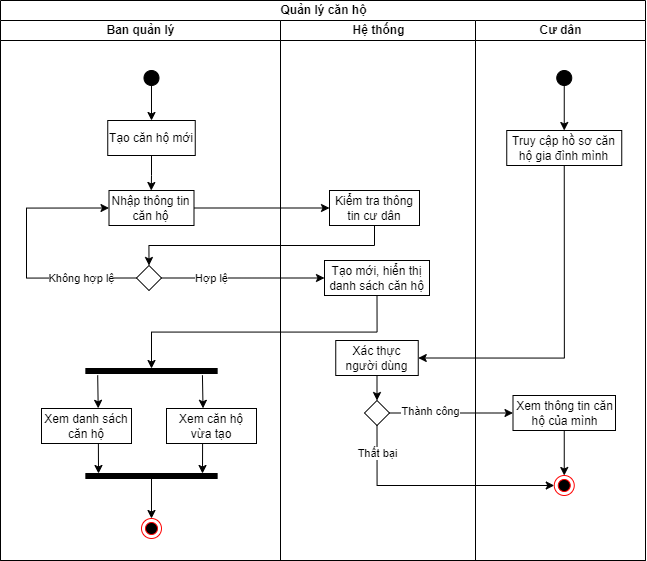
hungbuile04/project-it3120 keeps this draw.io diagram as Activity Diagram/Apartment_activity_diagram.png. Above is the earlier version. Source tidied: cells renumbered, new cells last; positions are measured from the earlier drawing's top-left corner, leaving out a move shared by most shapes.
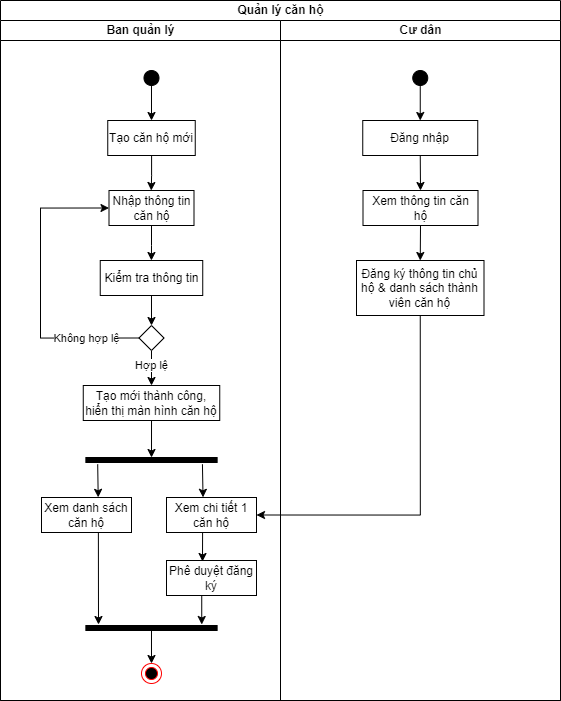
After the commit.

Commit message:
IT3120-7 Update Apartment activity diagram

Diff of the diagram source:
```diff
@@ -3,148 +3,136 @@
     <mxCell id="0" />
     <mxCell id="1" parent="0" />
     <mxCell id="2" value="&lt;span style=&quot;background-color: rgb(255, 255, 255);&quot;&gt;Quản lý căn hộ&lt;/span&gt;" style="swimlane;startSize=20;html=1;" parent="1" vertex="1">
-      <mxGeometry width="645" height="560" as="geometry" />
+      <mxGeometry width="560" height="700" as="geometry" />
     </mxCell>
     <mxCell id="3" value="Ban quản lý" style="swimlane;startSize=20;html=1;" parent="2" vertex="1">
-      <mxGeometry y="20" width="280" height="540" as="geometry" />
+      <mxGeometry y="20" width="280" height="680" as="geometry" />
     </mxCell>
-    <mxCell id="4" style="ellipse;html=1;shape=endState;fillColor=#000000;strokeColor=#ff0000;" parent="3" vertex="1">
-      <mxGeometry x="141" y="498" width="20" height="20" as="geometry" />
-    </mxCell>
+    <mxCell id="45" style="ellipse;html=1;shape=endState;fillColor=#000000;strokeColor=#ff0000;" parent="3" vertex="1">
+      <mxGeometry x="141" y="643" width="20" height="20" as="geometry" />
+    </mxCell>
     <mxCell id="5" style="edgeStyle=orthogonalEdgeStyle;rounded=0;jettySize=auto;html=1;entryX=0.497;entryY=0;entryDx=0;entryDy=0;entryPerimeter=0;" parent="3" edge="1" source="6" target="7">
       <mxGeometry relative="1" as="geometry" />
     </mxCell>
     <mxCell id="6" value="Tạo căn hộ mới" style="html=1;whiteSpace=wrap;" parent="3" vertex="1">
       <mxGeometry x="107.2" y="100" width="87.5" height="35" as="geometry" />
     </mxCell>
+    <mxCell id="46" style="edgeStyle=orthogonalEdgeStyle;rounded=0;jettySize=auto;html=1;exitX=0.5;exitY=1;exitDx=0;exitDy=0;" parent="3" edge="1" source="7" target="57">
+      <mxGeometry relative="1" as="geometry" />
+    </mxCell>
     <mxCell id="7" value="Nhập thông tin căn hộ" style="html=1;whiteSpace=wrap;" parent="3" vertex="1">
       <mxGeometry x="108.5" y="170" width="85" height="35" as="geometry" />
     </mxCell>
-    <mxCell id="8" style="edgeStyle=orthogonalEdgeStyle;rounded=0;jettySize=auto;html=1;exitX=0;exitY=0.5;exitDx=0;exitDy=0;entryX=0;entryY=0.5;entryDx=0;entryDy=0;" parent="3" edge="1" source="10" target="7">
-      <mxGeometry relative="1" as="geometry">
-        <Array as="points">
-          <mxPoint x="26" y="258" />
-          <mxPoint x="26" y="188" />
-        </Array>
-      </mxGeometry>
-    </mxCell>
+    <mxCell id="47" style="edgeStyle=orthogonalEdgeStyle;rounded=0;jettySize=auto;html=1;exitX=0;exitY=0.5;exitDx=0;exitDy=0;entryX=0;entryY=0.5;entryDx=0;entryDy=0;" parent="3" edge="1" source="49" target="7">
+      <mxGeometry relative="1" as="geometry">
+        <Array as="points">
+          <mxPoint x="40" y="318" />
+          <mxPoint x="40" y="188" />
+        </Array>
+      </mxGeometry>
+    </mxCell>
-    <mxCell id="9" value="Không hợp lệ" style="edgeLabel;html=1;align=center;verticalAlign=middle;" parent="8" vertex="1">
-      <mxGeometry x="-0.58" y="-1" relative="1" as="geometry">
-        <mxPoint x="-1" y="1" as="offset" />
+    <mxCell id="9" value="Không hợp lệ" style="edgeLabel;html=1;align=center;verticalAlign=middle;" parent="47" vertex="1">
+      <mxGeometry x="-0.53" relative="1" as="geometry">
+        <mxPoint x="17" as="offset" />
       </mxGeometry>
     </mxCell>
-    <mxCell id="10" style="rhombus;whiteSpace=wrap;html=1;" parent="3" vertex="1">
-      <mxGeometry x="136" y="245" width="25" height="25" as="geometry" />
-    </mxCell>
-    <mxCell id="11" style="rounded=0;whiteSpace=wrap;html=1;fillColor=#000000;" parent="3" vertex="1">
-      <mxGeometry x="85.4" y="348" width="131.2" height="5" as="geometry" />
-    </mxCell>
+    <mxCell id="48" style="edgeStyle=orthogonalEdgeStyle;rounded=0;jettySize=auto;html=1;exitX=0.5;exitY=1;exitDx=0;exitDy=0;entryX=0.5;entryY=0;entryDx=0;entryDy=0;" parent="3" edge="1" source="49" target="59">
+      <mxGeometry relative="1" as="geometry" />
+    </mxCell>
+    <mxCell id="29" value="Hợp lệ" style="edgeLabel;html=1;align=center;verticalAlign=middle;" parent="48" vertex="1">
+      <mxGeometry x="0.04" relative="1" as="geometry">
+        <mxPoint y="-4" as="offset" />
+      </mxGeometry>
+    </mxCell>
+    <mxCell id="49" style="rhombus;whiteSpace=wrap;html=1;" parent="3" vertex="1">
+      <mxGeometry x="138.5" y="305" width="25" height="25" as="geometry" />
+    </mxCell>
+    <mxCell id="50" style="rounded=0;whiteSpace=wrap;html=1;fillColor=#000000;" parent="3" vertex="1">
+      <mxGeometry x="85.4" y="437" width="131.2" height="5" as="geometry" />
+    </mxCell>
     <mxCell id="12" value="Xem danh sách căn hộ" style="html=1;whiteSpace=wrap;" parent="3" vertex="1">
-      <mxGeometry x="41" y="388" width="90" height="35" as="geometry" />
+      <mxGeometry x="41" y="477" width="90" height="35" as="geometry" />
     </mxCell>
-    <mxCell id="13" style="endArrow=classic;html=1;rounded=0;exitX=0.09;exitY=1.345;exitDx=0;exitDy=0;exitPerimeter=0;entryX=0.63;entryY=-0.005;entryDx=0;entryDy=0;entryPerimeter=0;" parent="3" edge="1" source="11" target="12">
-      <mxGeometry relative="1" as="geometry" />
-    </mxCell>
-    <mxCell id="14" value="Xem căn hộ vừa tạo" style="html=1;whiteSpace=wrap;" parent="3" vertex="1">
-      <mxGeometry x="166" y="388" width="90" height="35" as="geometry" />
-    </mxCell>
-    <mxCell id="15" style="endArrow=classic;html=1;rounded=0;exitX=0.888;exitY=1.345;exitDx=0;exitDy=0;exitPerimeter=0;entryX=0.406;entryY=-0.005;entryDx=0;entryDy=0;entryPerimeter=0;" parent="3" edge="1" source="11" target="14">
-      <mxGeometry relative="1" as="geometry" />
-    </mxCell>
-    <mxCell id="16" style="edgeStyle=orthogonalEdgeStyle;rounded=0;jettySize=auto;html=1;exitX=0.5;exitY=1;exitDx=0;exitDy=0;entryX=0.5;entryY=0;entryDx=0;entryDy=0;" parent="3" edge="1" source="17" target="4">
-      <mxGeometry relative="1" as="geometry" />
-    </mxCell>
-    <mxCell id="17" style="rounded=0;whiteSpace=wrap;html=1;fillColor=#000000;" parent="3" vertex="1">
-      <mxGeometry x="85.4" y="453" width="131.2" height="5" as="geometry" />
-    </mxCell>
+    <mxCell id="51" style="endArrow=classic;html=1;rounded=0;exitX=0.09;exitY=1.345;exitDx=0;exitDy=0;exitPerimeter=0;entryX=0.63;entryY=-0.005;entryDx=0;entryDy=0;entryPerimeter=0;" parent="3" edge="1" source="50" target="12">
+      <mxGeometry relative="1" as="geometry" />
+    </mxCell>
+    <mxCell id="52" value="Xem chi tiết 1 căn hộ" style="html=1;whiteSpace=wrap;" parent="3" vertex="1">
+      <mxGeometry x="166" y="477" width="90" height="35" as="geometry" />
+    </mxCell>
+    <mxCell id="53" style="endArrow=classic;html=1;rounded=0;exitX=0.888;exitY=1.345;exitDx=0;exitDy=0;exitPerimeter=0;entryX=0.406;entryY=-0.005;entryDx=0;entryDy=0;entryPerimeter=0;" parent="3" edge="1" source="50" target="52">
+      <mxGeometry relative="1" as="geometry" />
+    </mxCell>
+    <mxCell id="54" style="edgeStyle=orthogonalEdgeStyle;rounded=0;jettySize=auto;html=1;exitX=0.5;exitY=1;exitDx=0;exitDy=0;entryX=0.5;entryY=0;entryDx=0;entryDy=0;" parent="3" edge="1" source="55" target="45">
+      <mxGeometry relative="1" as="geometry" />
+    </mxCell>
+    <mxCell id="55" style="rounded=0;whiteSpace=wrap;html=1;fillColor=#000000;" parent="3" vertex="1">
+      <mxGeometry x="85.4" y="605" width="131.2" height="5" as="geometry" />
+    </mxCell>
     <mxCell id="18" style="edgeStyle=orthogonalEdgeStyle;rounded=0;jettySize=auto;html=1;exitX=0.5;exitY=1;exitDx=0;exitDy=0;entryX=0.5;entryY=0;entryDx=0;entryDy=0;" parent="3" edge="1" source="19" target="6">
       <mxGeometry relative="1" as="geometry" />
     </mxCell>
     <mxCell id="19" style="ellipse;shape=doubleEllipse;whiteSpace=wrap;html=1;fillColor=#000000;" parent="3" vertex="1">
       <mxGeometry x="143.5" y="50" width="15" height="15" as="geometry" />
     </mxCell>
-    <mxCell id="20" value="Hệ thống" style="swimlane;startSize=20;html=1;" parent="2" vertex="1">
-      <mxGeometry x="280" y="20" width="195" height="540" as="geometry" />
-    </mxCell>
-    <mxCell id="21" value="Kiểm tra thông tin cư dân" style="html=1;whiteSpace=wrap;" parent="20" vertex="1">
-      <mxGeometry x="49" y="170" width="90" height="35" as="geometry" />
-    </mxCell>
-    <mxCell id="22" value="Tạo mới, hiển thị danh sách căn hộ" style="html=1;whiteSpace=wrap;" parent="20" vertex="1">
-      <mxGeometry x="44" y="240" width="105" height="35" as="geometry" />
-    </mxCell>
-    <mxCell id="23" style="edgeStyle=orthogonalEdgeStyle;rounded=0;jettySize=auto;html=1;exitX=0.5;exitY=1;exitDx=0;exitDy=0;entryX=0.5;entryY=0;entryDx=0;entryDy=0;" parent="20" edge="1" source="24" target="25">
-      <mxGeometry relative="1" as="geometry" />
-    </mxCell>
-    <mxCell id="24" value="Xác thực người dùng" style="html=1;whiteSpace=wrap;" parent="20" vertex="1">
-      <mxGeometry x="55.2" y="320" width="82.5" height="35" as="geometry" />
-    </mxCell>
-    <mxCell id="25" style="rhombus;whiteSpace=wrap;html=1;" parent="20" vertex="1">
-      <mxGeometry x="84" y="380" width="25" height="25" as="geometry" />
-    </mxCell>
-    <mxCell id="26" style="edgeStyle=orthogonalEdgeStyle;rounded=0;jettySize=auto;html=1;exitX=1;exitY=0.5;exitDx=0;exitDy=0;entryX=0;entryY=0.5;entryDx=0;entryDy=0;" parent="2" edge="1" source="7" target="21">
-      <mxGeometry relative="1" as="geometry" />
-    </mxCell>
-    <mxCell id="27" style="edgeStyle=orthogonalEdgeStyle;rounded=0;jettySize=auto;html=1;exitX=0.5;exitY=1;exitDx=0;exitDy=0;entryX=0.5;entryY=0;entryDx=0;entryDy=0;" parent="2" edge="1" source="21" target="10">
-      <mxGeometry relative="1" as="geometry" />
-    </mxCell>
-    <mxCell id="28" style="edgeStyle=orthogonalEdgeStyle;rounded=0;jettySize=auto;html=1;exitX=1;exitY=0.5;exitDx=0;exitDy=0;entryX=0;entryY=0.5;entryDx=0;entryDy=0;" parent="2" edge="1" source="10" target="22">
-      <mxGeometry relative="1" as="geometry" />
-    </mxCell>
-    <mxCell id="29" value="Hợp lệ" style="edgeLabel;html=1;align=center;verticalAlign=middle;" parent="28" vertex="1">
-      <mxGeometry x="-0.56" relative="1" as="geometry">
-        <mxPoint x="14" as="offset" />
-      </mxGeometry>
-    </mxCell>
+    <mxCell id="56" style="edgeStyle=orthogonalEdgeStyle;rounded=0;jettySize=auto;html=1;exitX=0.5;exitY=1;exitDx=0;exitDy=0;" parent="3" edge="1" source="57" target="49">
+      <mxGeometry relative="1" as="geometry" />
+    </mxCell>
+    <mxCell id="57" value="Kiểm tra thông tin" style="html=1;whiteSpace=wrap;" parent="3" vertex="1">
+      <mxGeometry x="99.7" y="240" width="102.5" height="35" as="geometry" />
+    </mxCell>
+    <mxCell id="58" style="edgeStyle=orthogonalEdgeStyle;rounded=0;jettySize=auto;html=1;exitX=0.5;exitY=1;exitDx=0;exitDy=0;entryX=0.5;entryY=0;entryDx=0;entryDy=0;" parent="3" edge="1" source="59" target="50">
+      <mxGeometry relative="1" as="geometry" />
+    </mxCell>
+    <mxCell id="59" value="Tạo mới thành công, hiển thị màn hình căn hộ" style="html=1;whiteSpace=wrap;" parent="3" vertex="1">
+      <mxGeometry x="82.8" y="365" width="136.5" height="35" as="geometry" />
+    </mxCell>
+    <mxCell id="60" value="Phê duyệt đăng ký" style="html=1;whiteSpace=wrap;" parent="3" vertex="1">
+      <mxGeometry x="166" y="540" width="90" height="35" as="geometry" />
+    </mxCell>
+    <mxCell id="61" style="endArrow=classic;html=1;rounded=0;exitX=0.401;exitY=1.006;exitDx=0;exitDy=0;exitPerimeter=0;" parent="3" edge="1">
+      <mxGeometry relative="1" as="geometry">
+        <mxPoint x="201.2" y="575" as="sourcePoint" />
+        <mxPoint x="201.2" y="604" as="targetPoint" />
+      </mxGeometry>
+    </mxCell>
+    <mxCell id="62" style="endArrow=classic;html=1;rounded=0;exitX=0.632;exitY=0.994;exitDx=0;exitDy=0;exitPerimeter=0;" parent="3" edge="1" source="12">
+      <mxGeometry relative="1" as="geometry">
+        <mxPoint x="98" y="604" as="targetPoint" />
+      </mxGeometry>
+    </mxCell>
     <mxCell id="30" value="Cư dân" style="swimlane;startSize=20;html=1;" parent="2" vertex="1">
-      <mxGeometry x="475" y="20" width="170" height="540" as="geometry" />
+      <mxGeometry x="280" y="20" width="280" height="680" as="geometry" />
     </mxCell>
-    <mxCell id="31" style="edgeStyle=orthogonalEdgeStyle;rounded=0;jettySize=auto;html=1;exitX=0.5;exitY=1;exitDx=0;exitDy=0;entryX=0.5;entryY=0;entryDx=0;entryDy=0;" parent="30" edge="1" source="32" target="33">
-      <mxGeometry relative="1" as="geometry" />
-    </mxCell>
-    <mxCell id="32" style="ellipse;shape=doubleEllipse;whiteSpace=wrap;html=1;fillColor=#000000;" parent="30" vertex="1">
-      <mxGeometry x="81.2" y="50" width="15" height="15" as="geometry" />
-    </mxCell>
-    <mxCell id="33" value="Truy cập hồ sơ căn hộ gia đình mình" style="html=1;whiteSpace=wrap;" parent="30" vertex="1">
-      <mxGeometry x="31.2" y="110" width="115" height="35" as="geometry" />
-    </mxCell>
-    <mxCell id="34" style="edgeStyle=orthogonalEdgeStyle;rounded=0;jettySize=auto;html=1;exitX=0.5;exitY=1;exitDx=0;exitDy=0;entryX=0.5;entryY=0;entryDx=0;entryDy=0;" parent="30" edge="1" source="35" target="36">
-      <mxGeometry relative="1" as="geometry" />
-    </mxCell>
-    <mxCell id="35" value="Xem thông tin căn hộ của mình" style="html=1;whiteSpace=wrap;" parent="30" vertex="1">
-      <mxGeometry x="37.5" y="375" width="102.5" height="35" as="geometry" />
-    </mxCell>
-    <mxCell id="36" style="ellipse;html=1;shape=endState;fillColor=#000000;strokeColor=#ff0000;" parent="30" vertex="1">
-      <mxGeometry x="78.8" y="455" width="20" height="20" as="geometry" />
-    </mxCell>
-    <mxCell id="37" style="edgeStyle=orthogonalEdgeStyle;rounded=0;jettySize=auto;html=1;exitX=0.5;exitY=1;exitDx=0;exitDy=0;entryX=1;entryY=0.5;entryDx=0;entryDy=0;" parent="2" edge="1" source="33" target="24">
-      <mxGeometry relative="1" as="geometry" />
-    </mxCell>
-    <mxCell id="38" style="edgeStyle=orthogonalEdgeStyle;rounded=0;jettySize=auto;html=1;exitX=1;exitY=0.5;exitDx=0;exitDy=0;entryX=0;entryY=0.5;entryDx=0;entryDy=0;" parent="2" edge="1" source="25" target="35">
-      <mxGeometry relative="1" as="geometry" />
-    </mxCell>
-    <mxCell id="39" value="Thành công" style="edgeLabel;html=1;align=center;verticalAlign=middle;" parent="38" vertex="1">
-      <mxGeometry x="-0.35" y="2" relative="1" as="geometry" />
-    </mxCell>
-    <mxCell id="40" style="edgeStyle=orthogonalEdgeStyle;rounded=0;jettySize=auto;html=1;exitX=0.5;exitY=1;exitDx=0;exitDy=0;entryX=0;entryY=0.5;entryDx=0;entryDy=0;" parent="2" edge="1" source="25" target="36">
-      <mxGeometry relative="1" as="geometry" />
-    </mxCell>
-    <mxCell id="41" value="Thất bại" style="edgeLabel;html=1;align=center;verticalAlign=middle;" parent="40" vertex="1">
-      <mxGeometry x="-0.86" y="2" relative="1" as="geometry">
-        <mxPoint x="-2" y="10" as="offset" />
-      </mxGeometry>
-    </mxCell>
-    <mxCell id="42" style="edgeStyle=orthogonalEdgeStyle;rounded=0;jettySize=auto;html=1;exitX=0.5;exitY=1;exitDx=0;exitDy=0;entryX=0.5;entryY=0;entryDx=0;entryDy=0;" parent="2" edge="1" source="22" target="11">
-      <mxGeometry relative="1" as="geometry" />
-    </mxCell>
-    <mxCell id="43" style="endArrow=classic;html=1;rounded=0;exitX=0.632;exitY=0.994;exitDx=0;exitDy=0;exitPerimeter=0;" parent="1" edge="1" source="12">
-      <mxGeometry relative="1" as="geometry">
-        <mxPoint x="98" y="473" as="targetPoint" />
-      </mxGeometry>
-    </mxCell>
-    <mxCell id="44" style="endArrow=classic;html=1;rounded=0;exitX=0.401;exitY=1.006;exitDx=0;exitDy=0;exitPerimeter=0;" parent="1" edge="1" source="14">
-      <mxGeometry relative="1" as="geometry">
-        <mxPoint x="202" y="473" as="targetPoint" />
-      </mxGeometry>
-    </mxCell>
+    <mxCell id="63" style="edgeStyle=orthogonalEdgeStyle;rounded=0;jettySize=auto;html=1;exitX=0.5;exitY=1;exitDx=0;exitDy=0;entryX=0.5;entryY=0;entryDx=0;entryDy=0;" parent="30" edge="1" source="64" target="66">
+      <mxGeometry relative="1" as="geometry" />
+    </mxCell>
+    <mxCell id="64" style="ellipse;shape=doubleEllipse;whiteSpace=wrap;html=1;fillColor=#000000;" parent="30" vertex="1">
+      <mxGeometry x="132.2" y="50" width="15" height="15" as="geometry" />
+    </mxCell>
+    <mxCell id="65" style="edgeStyle=orthogonalEdgeStyle;rounded=0;jettySize=auto;html=1;exitX=0.5;exitY=1;exitDx=0;exitDy=0;" parent="30" edge="1" source="66">
+      <mxGeometry relative="1" as="geometry">
+        <mxPoint x="140" y="170" as="targetPoint" />
+      </mxGeometry>
+    </mxCell>
+    <mxCell id="66" value="Đăng nhập" style="html=1;whiteSpace=wrap;" parent="30" vertex="1">
+      <mxGeometry x="82.2" y="100" width="115" height="35" as="geometry" />
+    </mxCell>
+    <mxCell id="67" value="Đăng ký thông tin chủ hộ &amp;amp; danh sách thành viên căn hộ" style="html=1;whiteSpace=wrap;" parent="30" vertex="1">
+      <mxGeometry x="76" y="240" width="127.5" height="55" as="geometry" />
+    </mxCell>
+    <mxCell id="68" style="edgeStyle=orthogonalEdgeStyle;rounded=0;jettySize=auto;html=1;exitX=0.5;exitY=1;exitDx=0;exitDy=0;entryX=0.5;entryY=0;entryDx=0;entryDy=0;" parent="30" edge="1" source="69" target="67">
+      <mxGeometry relative="1" as="geometry" />
+    </mxCell>
+    <mxCell id="69" value="Xem thông tin căn hộ" style="html=1;whiteSpace=wrap;" parent="30" vertex="1">
+      <mxGeometry x="82.5" y="170" width="115" height="35" as="geometry" />
+    </mxCell>
+    <mxCell id="70" style="edgeStyle=orthogonalEdgeStyle;rounded=0;jettySize=auto;html=1;exitX=0.5;exitY=1;exitDx=0;exitDy=0;entryX=1;entryY=0.5;entryDx=0;entryDy=0;" parent="2" edge="1" source="67" target="52">
+      <mxGeometry relative="1" as="geometry" />
+    </mxCell>
+    <mxCell id="71" style="endArrow=classic;html=1;rounded=0;exitX=0.401;exitY=1.006;exitDx=0;exitDy=0;exitPerimeter=0;" parent="1" edge="1" source="52">
+      <mxGeometry relative="1" as="geometry">
+        <mxPoint x="202" y="561" as="targetPoint" />
+      </mxGeometry>
+    </mxCell>
   </root>
 </mxGraphModel>
```
